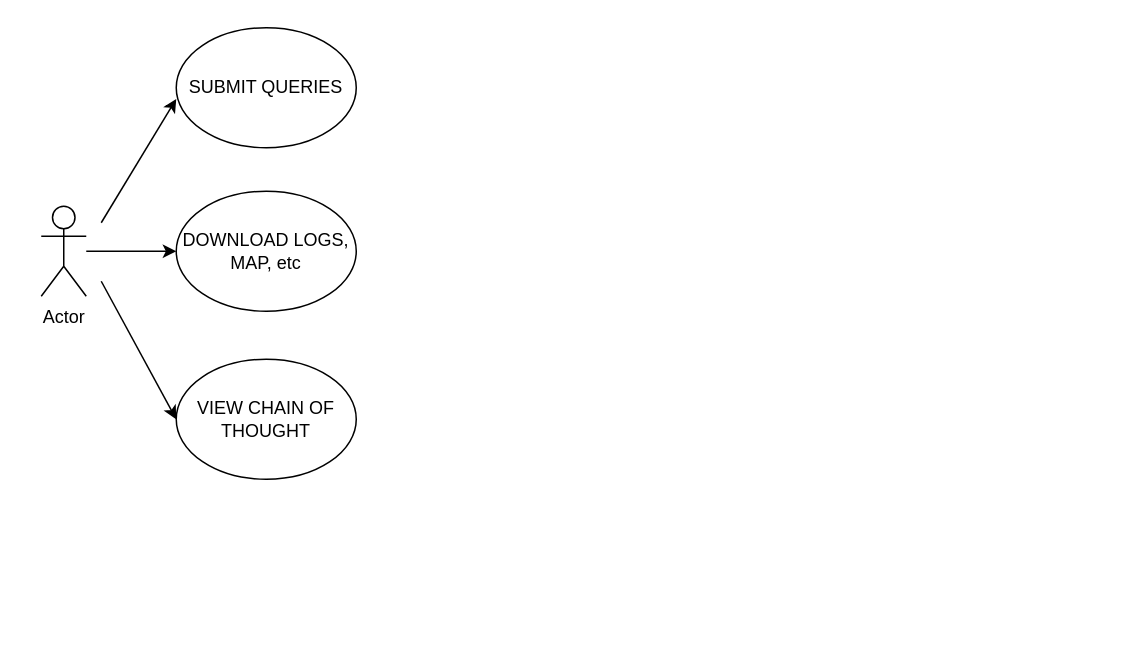
Earlier version of the draw.io diagram isro_hackathon.drawio (Dhaarun-Abhimanyu/temporary). Source tidied: cells renumbered, new cells numbered last; positions are measured from the earlier drawing's top-left corner, leaving out a move shared by most shapes. Both pictures are drawn from the tidied source at 150%, with x=0, y=0 at pixel (40, 27).
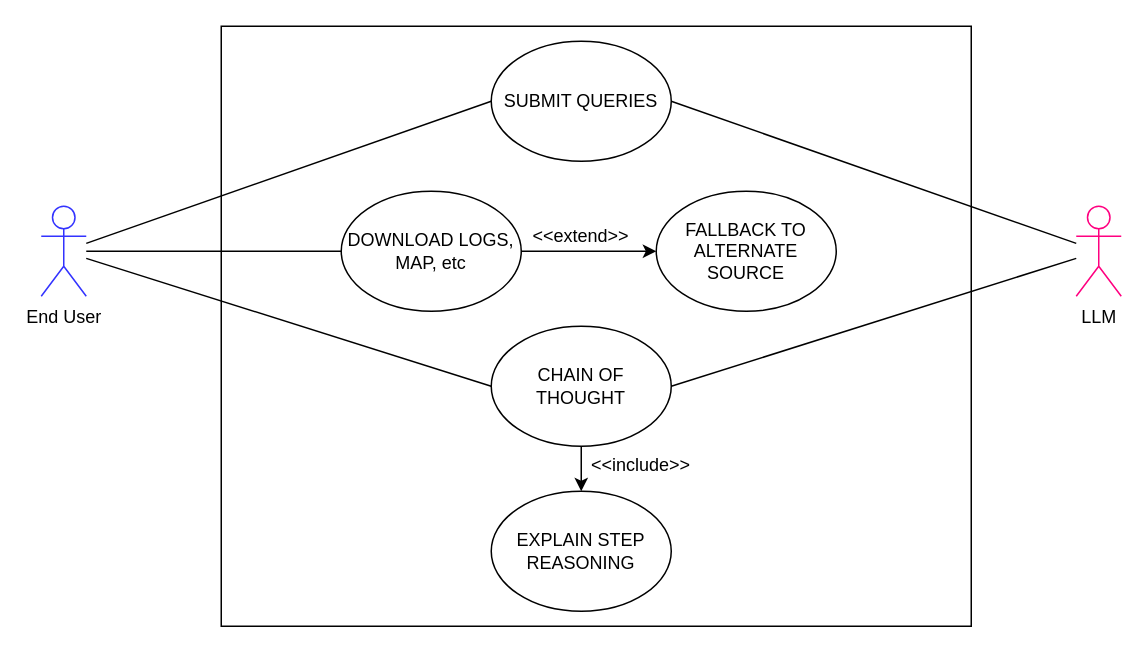
Above is the later version.

Diff of the diagram source:
```diff
@@
 <mxGraphModel>
   <root>
     <mxCell id="0" />
     <mxCell id="1" parent="0" />
+    <mxCell id="9" style="rounded=0;whiteSpace=wrap;html=1;" parent="1" vertex="1">
+      <mxGeometry x="120" y="-1" width="500" height="400" as="geometry" />
+    </mxCell>
-    <mxCell id="2" value="Actor" style="shape=umlActor;verticalLabelPosition=bottom;verticalAlign=top;html=1;outlineConnect=0;" parent="1" vertex="1">
+    <mxCell id="2" value="End User" style="shape=umlActor;verticalLabelPosition=bottom;verticalAlign=top;html=1;outlineConnect=0;strokeColor=#3333FF;" parent="1" vertex="1">
       <mxGeometry y="119" width="30" height="60" as="geometry" />
     </mxCell>
     <mxCell id="3" value="SUBMIT QUERIES" style="ellipse;whiteSpace=wrap;html=1;" parent="1" vertex="1">
-      <mxGeometry x="90" width="120" height="80" as="geometry" />
+      <mxGeometry x="300" y="9" width="120" height="80" as="geometry" />
     </mxCell>
-    <mxCell id="4" value="VIEW CHAIN OF THOUGHT" style="ellipse;whiteSpace=wrap;html=1;" parent="1" vertex="1">
-      <mxGeometry x="90" y="221" width="120" height="80" as="geometry" />
+    <mxCell id="4" value="CHAIN OF THOUGHT" style="ellipse;whiteSpace=wrap;html=1;" parent="1" vertex="1">
+      <mxGeometry x="300" y="199" width="120" height="80" as="geometry" />
     </mxCell>
     <mxCell id="5" value="DOWNLOAD LOGS, MAP, etc" style="ellipse;whiteSpace=wrap;html=1;" parent="1" vertex="1">
-      <mxGeometry x="90" y="109" width="120" height="80" as="geometry" />
+      <mxGeometry x="200" y="109" width="120" height="80" as="geometry" />
     </mxCell>
-    <mxCell id="6" style="endArrow=classic;html=1;rounded=0;" parent="1" edge="1" source="2">
-      <mxGeometry relative="1" as="geometry">
-        <mxPoint x="90" y="149" as="targetPoint" />
-      </mxGeometry>
-    </mxCell>
-    <mxCell id="7" style="endArrow=classic;html=1;rounded=0;entryX=0;entryY=0.5;entryDx=0;entryDy=0;" parent="1" edge="1" target="4">
-      <mxGeometry relative="1" as="geometry">
-        <mxPoint x="40" y="169" as="sourcePoint" />
-      </mxGeometry>
-    </mxCell>
-    <mxCell id="8" style="endArrow=classic;html=1;rounded=0;entryX=0;entryY=0.593;entryDx=0;entryDy=0;entryPerimeter=0;" parent="1" edge="1" target="3">
-      <mxGeometry relative="1" as="geometry">
-        <mxPoint x="40" y="130" as="sourcePoint" />
-      </mxGeometry>
-    </mxCell>
+    <mxCell id="10" value="LLM" style="shape=umlActor;verticalLabelPosition=bottom;verticalAlign=top;html=1;outlineConnect=0;strokeColor=#FF0080;" parent="1" vertex="1">
+      <mxGeometry x="690" y="119" width="30" height="60" as="geometry" />
+    </mxCell>
+    <mxCell id="11" value="EXPLAIN STEP REASONING" style="ellipse;whiteSpace=wrap;html=1;" parent="1" vertex="1">
+      <mxGeometry x="300" y="309" width="120" height="80" as="geometry" />
+    </mxCell>
+    <mxCell id="12" value="FALLBACK TO ALTERNATE SOURCE" style="ellipse;whiteSpace=wrap;html=1;" parent="1" vertex="1">
+      <mxGeometry x="410" y="109" width="120" height="80" as="geometry" />
+    </mxCell>
+    <mxCell id="13" style="endArrow=classic;html=1;rounded=0;exitX=1;exitY=0.5;exitDx=0;exitDy=0;entryX=0;entryY=0.5;entryDx=0;entryDy=0;" parent="1" edge="1" source="5" target="12">
+      <mxGeometry relative="1" as="geometry" />
+    </mxCell>
+    <mxCell id="14" style="endArrow=classic;html=1;rounded=0;exitX=0.5;exitY=1;exitDx=0;exitDy=0;entryX=0.5;entryY=0;entryDx=0;entryDy=0;" parent="1" edge="1" source="4" target="11">
+      <mxGeometry relative="1" as="geometry" />
+    </mxCell>
+    <mxCell id="15" value="&amp;lt;&amp;lt;extend&amp;gt;&amp;gt;" style="text;html=1;strokeColor=none;fillColor=none;align=center;verticalAlign=middle;whiteSpace=wrap;overflow=hidden;" parent="1" vertex="1">
+      <mxGeometry x="320" y="129" width="80" height="20" as="geometry" />
+    </mxCell>
+    <mxCell id="16" value="&amp;lt;&amp;lt;include&amp;gt;&amp;gt;" style="text;html=1;strokeColor=none;fillColor=none;align=center;verticalAlign=middle;whiteSpace=wrap;overflow=hidden;" parent="1" vertex="1">
+      <mxGeometry x="360" y="282" width="80" height="20" as="geometry" />
+    </mxCell>
+    <mxCell id="17" style="endArrow=none;html=1;rounded=0;entryX=0;entryY=0.5;entryDx=0;entryDy=0;" parent="1" edge="1" source="2" target="3">
+      <mxGeometry relative="1" as="geometry" />
+    </mxCell>
+    <mxCell id="18" style="endArrow=none;html=1;rounded=0;entryX=0;entryY=0.5;entryDx=0;entryDy=0;" parent="1" edge="1" source="2" target="4">
+      <mxGeometry relative="1" as="geometry" />
+    </mxCell>
+    <mxCell id="19" style="endArrow=none;html=1;rounded=0;exitX=1;exitY=0.5;exitDx=0;exitDy=0;" parent="1" edge="1" source="4" target="10">
+      <mxGeometry relative="1" as="geometry" />
+    </mxCell>
+    <mxCell id="20" style="endArrow=none;html=1;rounded=0;entryX=1;entryY=0.5;entryDx=0;entryDy=0;" parent="1" edge="1" source="10" target="3">
+      <mxGeometry relative="1" as="geometry" />
+    </mxCell>
+    <mxCell id="21" style="endArrow=none;html=1;rounded=0;entryX=0;entryY=0.5;entryDx=0;entryDy=0;" parent="1" edge="1" source="2" target="5">
+      <mxGeometry relative="1" as="geometry" />
+    </mxCell>
   </root>
 </mxGraphModel>
```
